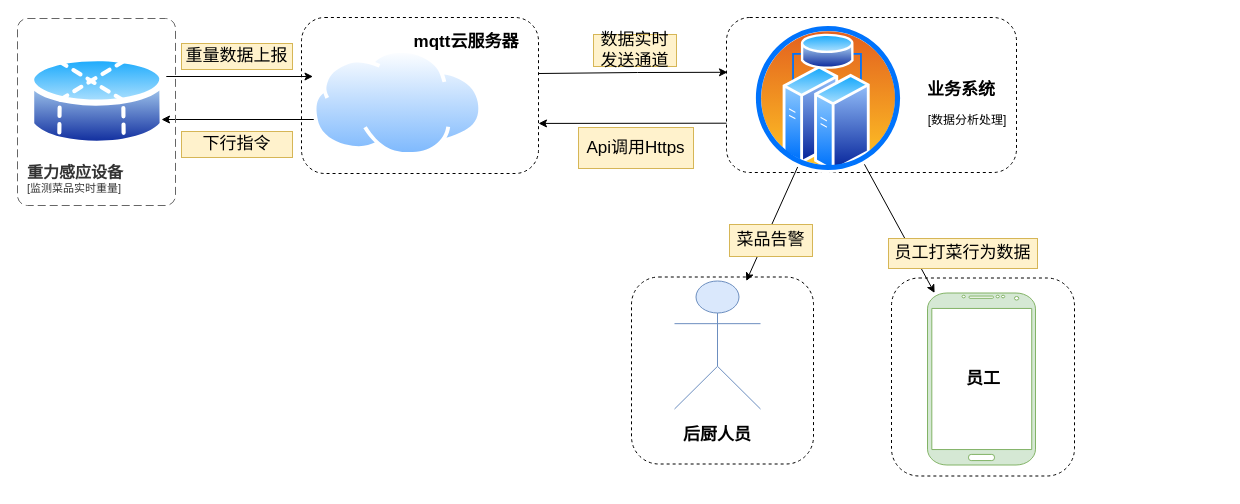
laowang-cloud/diagrams keeps this draw.io diagram as 智慧餐厅架构图.drawio. Above is the earlier version. Source tidied: cells renumbered, new cells numbered last; positions are measured from the earlier drawing's top-left corner, leaving out a move shared by most shapes. Both pictures are drawn from the tidied source at 100%, with x=0, y=0 at pixel (17, 17).
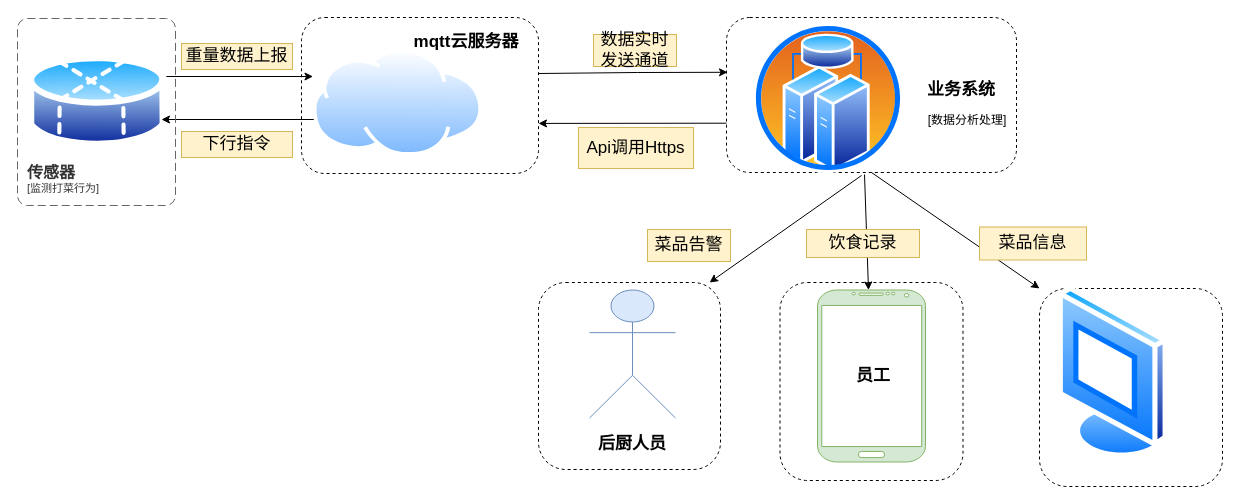
After the change.

Commit message (it also covers changes not shown here):
更新智慧餐厅架构图.drawio

Unchanged cells that the change refers to:
```xml
<mxCell id="5" style="rounded=1;whiteSpace=wrap;html=1;fontSize=17;strokeColor=default;dashed=1;" parent="1" vertex="1">
  <mxGeometry x="709" width="290" height="155" as="geometry" />
</mxCell>
<mxCell id="12" style="perimeter=ellipsePerimeter;html=1;align=center;shadow=0;dashed=0;spacingTop=3;image;image=img/lib/active_directory/cluster_server.svg;" parent="1" vertex="1">
  <mxGeometry x="736" y="6" width="150" height="150" as="geometry" />
</mxCell>
```

What changed in the source:
```diff
@@
+    <mxCell id="29" style="rounded=1;whiteSpace=wrap;html=1;fontSize=17;strokeColor=default;dashed=1;" parent="1" vertex="1">
+      <mxGeometry x="1022" y="271" width="183" height="198" as="geometry" />
+    </mxCell>
     <mxCell id="2" style="rounded=1;whiteSpace=wrap;html=1;fontSize=17;strokeColor=default;dashed=1;" parent="1" vertex="1">
-      <mxGeometry x="874" y="260.5" width="183" height="198" as="geometry" />
+      <mxGeometry x="762.5" y="265" width="183" height="198" as="geometry" />
     </mxCell>
     <mxCell id="3" style="rounded=1;whiteSpace=wrap;html=1;fontSize=17;strokeColor=default;dashed=1;" parent="1" vertex="1">
-      <mxGeometry x="614" y="259.5" width="182" height="187" as="geometry" />
+      <mxGeometry x="521" y="265" width="182" height="187" as="geometry" />
     </mxCell>
@@
-    <mxCell id="10" style="rounded=0;jettySize=auto;html=1;fontSize=17;" parent="1" edge="1" source="12" target="14">
-      <mxGeometry relative="1" as="geometry" />
+    <mxCell id="10" style="rounded=0;jettySize=auto;html=1;fontSize=17;entryX=0.94;entryY=0;entryDx=0;entryDy=0;entryPerimeter=0;" parent="1" edge="1" target="3">
+      <mxGeometry relative="1" as="geometry">
+        <mxPoint x="844" y="158" as="sourcePoint" />
+      </mxGeometry>
     </mxCell>
-    <mxCell id="11" style="edgeStyle=none;rounded=0;jettySize=auto;html=1;fontSize=17;" parent="1" edge="1" source="12" target="13">
+    <mxCell id="11" style="edgeStyle=none;rounded=0;jettySize=auto;html=1;fontSize=17;exitX=0.74;exitY=1.007;exitDx=0;exitDy=0;exitPerimeter=0;" parent="1" edge="1" source="12" target="13">
       <mxGeometry relative="1" as="geometry" />
     </mxCell>
@@
     <mxCell id="13" style="verticalLabelPosition=bottom;verticalAlign=top;html=1;shadow=0;dashed=0;strokeWidth=1;shape=mxgraph.android.phone2;strokeColor=#82b366;fillColor=#d5e8d4;" parent="1" vertex="1">
-      <mxGeometry x="910" y="275.5" width="108" height="172" as="geometry" />
+      <mxGeometry x="800" y="272.5" width="108" height="172" as="geometry" />
     </mxCell>
     <mxCell id="14" style="shape=umlActor;verticalLabelPosition=bottom;verticalAlign=top;html=1;fillColor=#dae8fc;strokeColor=#6c8ebf;" parent="1" vertex="1">
-      <mxGeometry x="657" y="263.5" width="86" height="128" as="geometry" />
+      <mxGeometry x="572" y="272.5" width="86" height="128" as="geometry" />
     </mxCell>
@@
     <mxCell id="21" value="&lt;span style=&quot;font-size: 17px&quot;&gt;菜品告警&lt;br&gt;&lt;/span&gt;" style="text;html=1;strokeColor=#d6b656;fillColor=#fff2cc;align=center;verticalAlign=middle;whiteSpace=wrap;rounded=0;rotation=0;" parent="1" vertex="1">
-      <mxGeometry x="712" y="207" width="83" height="32" as="geometry" />
+      <mxGeometry x="630" y="212" width="83" height="32" as="geometry" />
     </mxCell>
-    <mxCell id="22" value="&lt;span style=&quot;font-size: 17px&quot;&gt;员工打菜行为数据&lt;br&gt;&lt;/span&gt;" style="text;html=1;strokeColor=#d6b656;fillColor=#fff2cc;align=center;verticalAlign=middle;whiteSpace=wrap;rounded=0;rotation=0;" parent="1" vertex="1">
-      <mxGeometry x="871" y="221" width="149" height="30" as="geometry" />
+    <mxCell id="22" value="&lt;span style=&quot;font-size: 17px&quot;&gt;饮食记录&lt;br&gt;&lt;/span&gt;" style="text;html=1;strokeColor=#d6b656;fillColor=#fff2cc;align=center;verticalAlign=middle;whiteSpace=wrap;rounded=0;rotation=0;" parent="1" vertex="1">
+      <mxGeometry x="789" y="212" width="113" height="28" as="geometry" />
     </mxCell>
-    <object id="23" label="&lt;font style=&quot;font-size: 16px&quot;&gt;&lt;b&gt;&lt;div style=&quot;text-align: left&quot;&gt;%c4Name%&lt;/div&gt;&lt;/b&gt;&lt;/font&gt;&lt;div style=&quot;text-align: left&quot;&gt;[%c4Application%]&lt;/div&gt;" c4Application="监测菜品实时重量" c4Name="重力感应设备" placeholders="1">
+    <object id="23" label="&lt;font style=&quot;font-size: 16px&quot;&gt;&lt;b&gt;&lt;div style=&quot;text-align: left&quot;&gt;%c4Name%&lt;/div&gt;&lt;/b&gt;&lt;/font&gt;&lt;div style=&quot;text-align: left&quot;&gt;[%c4Application%]&lt;/div&gt;" c4Application="监测打菜行为" c4Name="传感器" placeholders="1">
       <mxCell style="rounded=1;fontSize=11;whiteSpace=wrap;html=1;dashed=1;arcSize=20;fillColor=none;strokeColor=#666666;fontColor=#333333;labelBackgroundColor=none;align=left;verticalAlign=bottom;labelBorderColor=none;spacingTop=0;spacing=10;dashPattern=8 4;perimeter=rectanglePerimeter;noLabel=0;labelPadding=0;absoluteArcSize=1;" parent="1" vertex="1">
         <mxGeometry y="1" width="158" height="187" as="geometry" />
       </mxCell>
     </object>
@@
+    <mxCell id="30" style="edgeStyle=none;rounded=0;jettySize=auto;html=1;entryX=0;entryY=0;entryDx=0;entryDy=0;fontSize=12;exitX=0.5;exitY=1;exitDx=0;exitDy=0;" parent="1" edge="1" source="5" target="29">
+      <mxGeometry relative="1" as="geometry" />
+    </mxCell>
@@
     <mxCell id="26" value="&lt;b&gt;后厨人员&lt;/b&gt;" style="text;html=1;strokeColor=none;fillColor=none;align=center;verticalAlign=middle;whiteSpace=wrap;rounded=0;dashed=1;fontSize=17;" parent="1" vertex="1">
-      <mxGeometry x="631" y="394.5" width="138" height="47" as="geometry" />
+      <mxGeometry x="546" y="403.5" width="138" height="47" as="geometry" />
     </mxCell>
     <mxCell id="27" value="&lt;b&gt;员工&lt;/b&gt;" style="text;html=1;strokeColor=none;fillColor=none;align=center;verticalAlign=middle;whiteSpace=wrap;rounded=0;dashed=1;fontSize=17;" parent="1" vertex="1">
-      <mxGeometry x="896.5" y="338" width="138" height="47" as="geometry" />
+      <mxGeometry x="786.5" y="335" width="138" height="47" as="geometry" />
     </mxCell>
@@
+    <mxCell id="31" style="perimeter=ellipsePerimeter;html=1;align=center;shadow=0;dashed=0;spacingTop=3;image;image=img/lib/active_directory/vista_terminal.svg;fontSize=12;strokeColor=default;" parent="1" vertex="1">
+      <mxGeometry x="1040" y="268.5" width="111.8" height="172" as="geometry" />
+    </mxCell>
+    <mxCell id="32" value="&lt;span style=&quot;font-size: 17px&quot;&gt;菜品信息&lt;br&gt;&lt;/span&gt;" style="text;html=1;strokeColor=#d6b656;fillColor=#fff2cc;align=center;verticalAlign=middle;whiteSpace=wrap;rounded=0;rotation=0;" parent="1" vertex="1">
+      <mxGeometry x="962" y="209.5" width="107" height="33" as="geometry" />
+    </mxCell>
```
